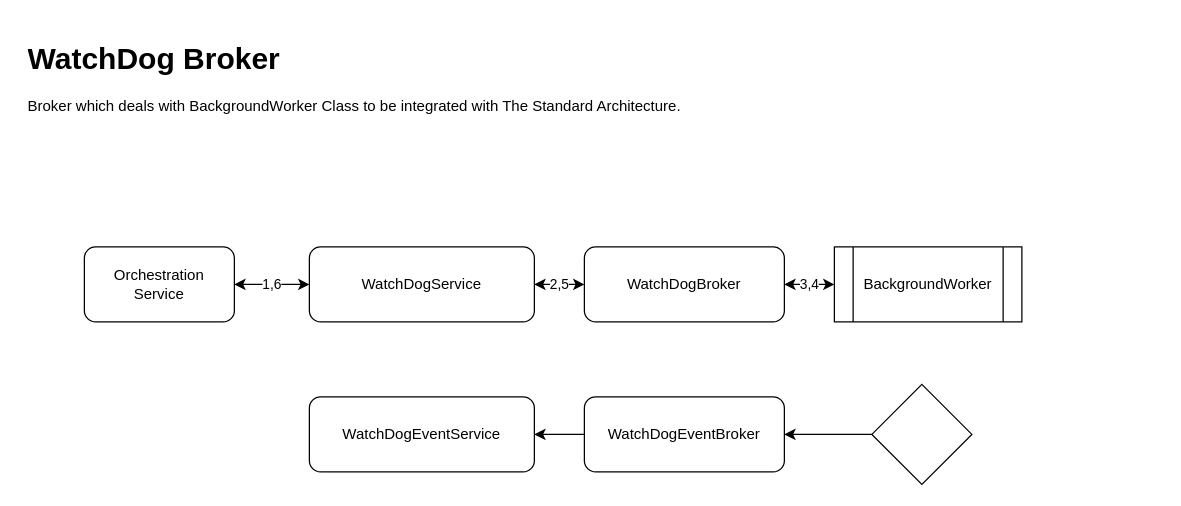
Above: Overview.drawio in LBoullosa/TheStandard.PoC.BackgroundWorker (draw.io), before the change. Source tidied: cells renumbered, new cells numbered last; positions are measured from the earlier drawing's top-left corner, leaving out a move shared by most shapes. Both pictures are drawn from the tidied source at 125%, with x=0, y=0 at pixel (21, 34).
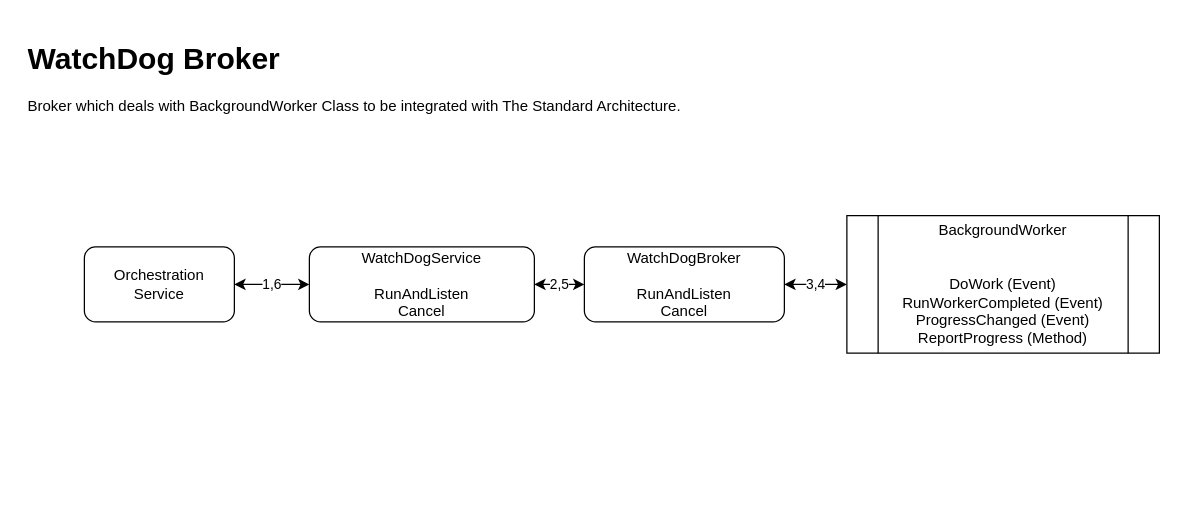
The same page after the edit.

Commit message (it also covers changes not shown here):
CODE RUB -> Refactor Broker nad Services DOCUMENTATION -> Update diagram

The edit, as a diff of the source:
```diff
@@
 <mxGraphModel>
   <root>
     <mxCell id="0" />
     <mxCell id="1" parent="0" />
-    <mxCell id="2" value="BackgroundWorker" style="shape=process;whiteSpace=wrap;html=1;backgroundOutline=1;" parent="1" vertex="1">
-      <mxGeometry x="650" y="170" width="150" height="60" as="geometry" />
+    <mxCell id="2" value="BackgroundWorker&lt;br&gt;&lt;br&gt;&lt;br&gt;DoWork (Event)&lt;br&gt;RunWorkerCompleted (Event)&lt;br&gt;ProgressChanged (Event)&lt;br&gt;ReportProgress (Method)" style="shape=process;whiteSpace=wrap;html=1;backgroundOutline=1;" parent="1" vertex="1">
+      <mxGeometry x="660" y="145" width="250" height="110" as="geometry" />
     </mxCell>
     <mxCell id="3" value="3,4" style="edgeStyle=orthogonalEdgeStyle;rounded=0;jettySize=auto;html=1;startArrow=classic;startFill=1;" parent="1" edge="1" source="4" target="2">
       <mxGeometry relative="1" as="geometry" />
     </mxCell>
-    <mxCell id="4" value="WatchDogBroker" style="rounded=1;whiteSpace=wrap;html=1;" parent="1" vertex="1">
+    <mxCell id="4" value="WatchDogBroker&lt;br&gt;&lt;br&gt;RunAndListen&lt;br&gt;Cancel" style="rounded=1;whiteSpace=wrap;html=1;" parent="1" vertex="1">
       <mxGeometry x="450" y="170" width="160" height="60" as="geometry" />
     </mxCell>
     <mxCell id="5" value="2,5" style="edgeStyle=orthogonalEdgeStyle;rounded=0;jettySize=auto;html=1;startArrow=classic;startFill=1;" parent="1" edge="1" source="6" target="4">
       <mxGeometry relative="1" as="geometry" />
     </mxCell>
-    <mxCell id="6" value="WatchDogService" style="rounded=1;whiteSpace=wrap;html=1;" parent="1" vertex="1">
+    <mxCell id="6" value="WatchDogService&lt;br&gt;&lt;br&gt;RunAndListen&lt;br&gt;Cancel" style="rounded=1;whiteSpace=wrap;html=1;" parent="1" vertex="1">
       <mxGeometry x="230" y="170" width="180" height="60" as="geometry" />
     </mxCell>
     <mxCell id="7" value="1,6" style="edgeStyle=orthogonalEdgeStyle;rounded=0;jettySize=auto;html=1;entryX=0;entryY=0.5;entryDx=0;entryDy=0;strokeColor=default;sketch=0;startArrow=classic;startFill=1;" parent="1" edge="1" source="8" target="6">
       <mxGeometry relative="1" as="geometry" />
     </mxCell>
     <mxCell id="8" value="Orchestration&lt;br&gt;Service" style="rounded=1;whiteSpace=wrap;html=1;" parent="1" vertex="1">
       <mxGeometry x="50" y="170" width="120" height="60" as="geometry" />
     </mxCell>
     <mxCell id="9" value="&lt;h1&gt;WatchDog Broker&lt;/h1&gt;&lt;p&gt;Broker which deals with BackgroundWorker Class to be integrated with The Standard Architecture.&lt;/p&gt;" style="text;html=1;strokeColor=none;fillColor=none;spacing=5;spacingTop=-20;whiteSpace=wrap;overflow=hidden;rounded=0;" parent="1" vertex="1">
       <mxGeometry width="830" height="120" as="geometry" />
     </mxCell>
-    <mxCell id="10" value="WatchDogEventService" style="rounded=1;whiteSpace=wrap;html=1;" parent="1" vertex="1">
-      <mxGeometry x="230" y="290" width="180" height="60" as="geometry" />
-    </mxCell>
-    <mxCell id="11" style="edgeStyle=orthogonalEdgeStyle;sketch=0;jumpStyle=none;jettySize=auto;html=1;entryX=1;entryY=0.5;entryDx=0;entryDy=0;strokeColor=default;rounded=0;" parent="1" edge="1" source="12" target="10">
-      <mxGeometry relative="1" as="geometry" />
-    </mxCell>
-    <mxCell id="12" value="WatchDogEventBroker" style="rounded=1;whiteSpace=wrap;html=1;" parent="1" vertex="1">
-      <mxGeometry x="450" y="290" width="160" height="60" as="geometry" />
-    </mxCell>
-    <mxCell id="13" style="edgeStyle=orthogonalEdgeStyle;rounded=0;sketch=0;jumpStyle=none;jettySize=auto;html=1;strokeColor=default;" parent="1" edge="1" source="14" target="12">
-      <mxGeometry relative="1" as="geometry" />
-    </mxCell>
-    <mxCell id="14" style="rhombus;whiteSpace=wrap;html=1;" parent="1" vertex="1">
-      <mxGeometry x="680" y="280" width="80" height="80" as="geometry" />
-    </mxCell>
   </root>
 </mxGraphModel>
```
